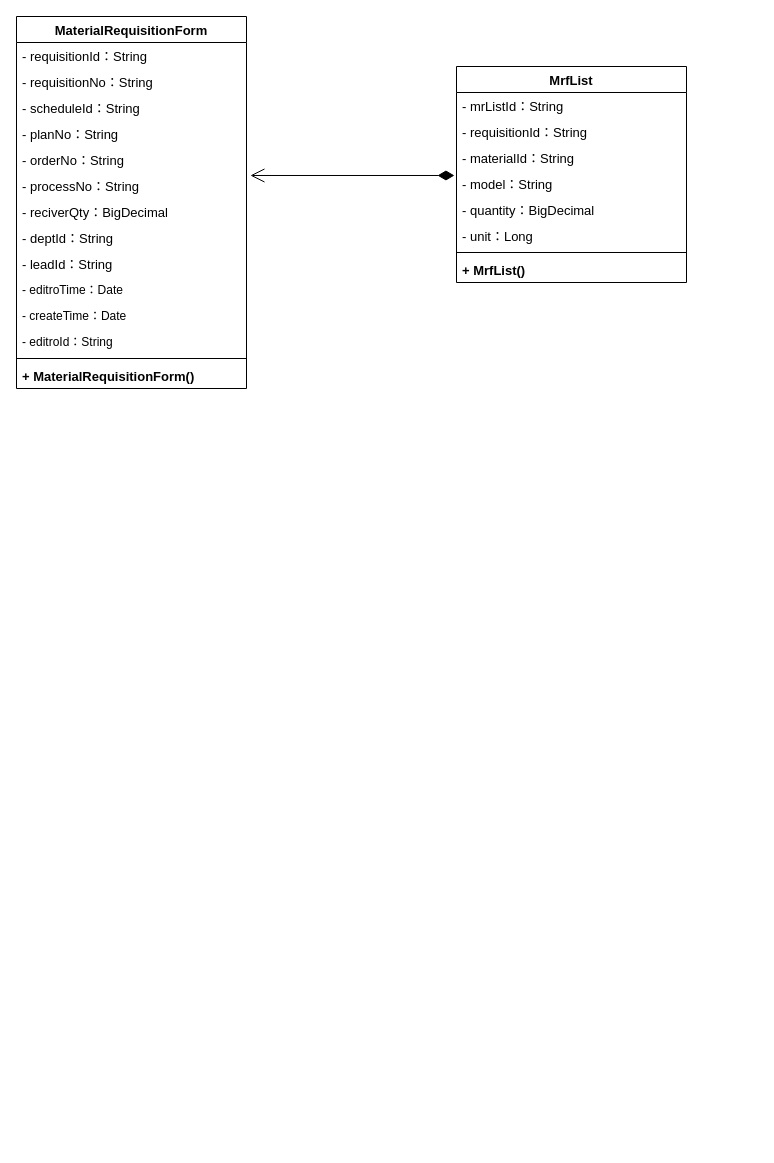
KNAI-I/test keeps this draw.io diagram as page "领料单" (3 of 4) of 类图.drawio. Above is the earlier version. Source tidied: cells renumbered, new cells numbered last; positions are measured from the earlier drawing's top-left corner, leaving out a move shared by most shapes. Both pictures are drawn from the tidied source at 100%, with x=0, y=0 at pixel (16, 16).
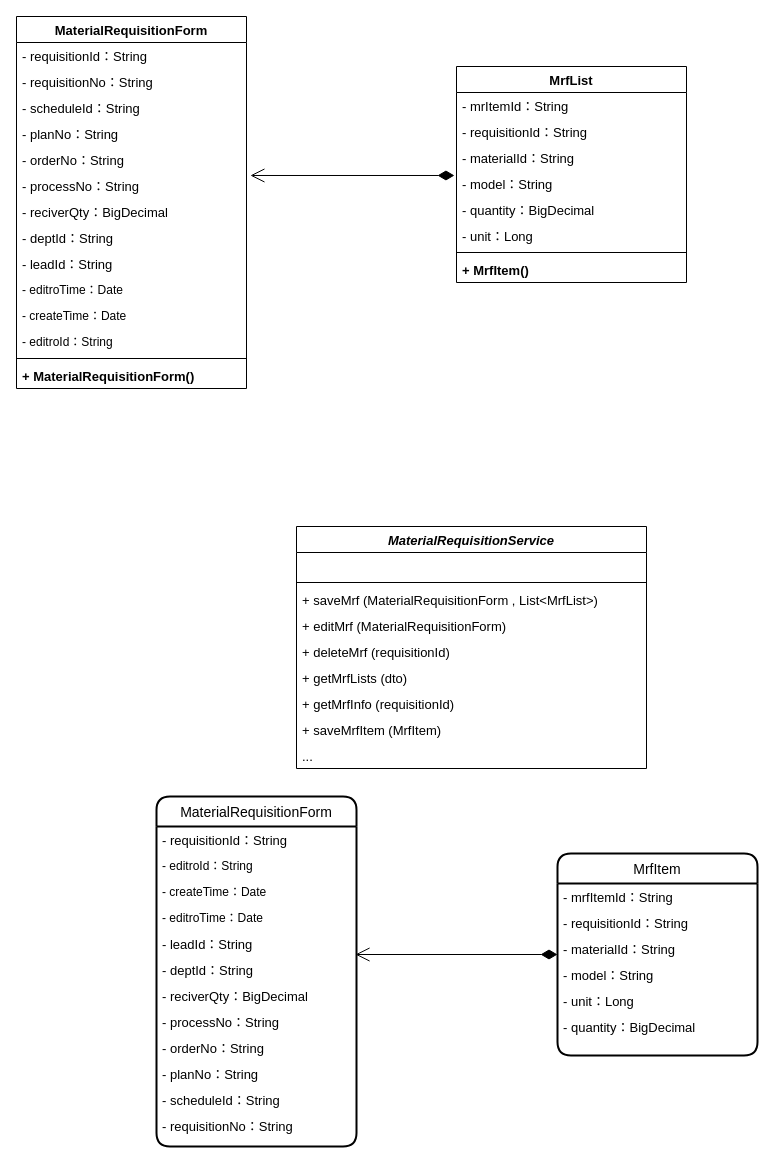
Above is the later version.

The change refers to these unchanged cells:
```xml
<mxCell id="17" value="MrfList" style="swimlane;fontStyle=1;align=center;verticalAlign=top;horizontal=1;startSize=26;fontSize=13;" parent="1" vertex="1">
  <mxGeometry x="440" y="50" width="230" height="216" as="geometry" />
</mxCell>
```

Change to the diagram source:
```diff
@@
-    <mxCell id="18" value="- mrListId：String" style="text;strokeColor=none;fillColor=none;align=left;verticalAlign=top;spacingLeft=4;spacingRight=4;overflow=hidden;fontSize=13;" parent="17" vertex="1">
+    <mxCell id="18" value="- mrItemId：String" style="text;strokeColor=none;fillColor=none;align=left;verticalAlign=top;spacingLeft=4;spacingRight=4;overflow=hidden;fontSize=13;" parent="17" vertex="1">
       <mxGeometry y="26" width="230" height="26" as="geometry" />
     </mxCell>
@@
-    <mxCell id="25" value="+ MrfList()" style="text;strokeColor=none;fillColor=none;align=left;verticalAlign=top;spacingLeft=4;spacingRight=4;overflow=hidden;fontSize=13;fontStyle=1;" parent="17" vertex="1">
+    <mxCell id="25" value="+ MrfItem()" style="text;strokeColor=none;fillColor=none;align=left;verticalAlign=top;spacingLeft=4;spacingRight=4;overflow=hidden;fontSize=13;fontStyle=1;" parent="17" vertex="1">
       <mxGeometry y="190" width="230" height="26" as="geometry" />
     </mxCell>
@@
+    <mxCell id="27" value="MaterialRequisitionForm" style="swimlane;horizontal=1;startSize=30;rounded=1;fontSize=14;fontStyle=0;strokeWidth=2;shadow=0;dashed=0;align=center;" parent="1" vertex="1">
+      <mxGeometry x="140" y="780" width="200" height="350" as="geometry" />
+    </mxCell>
+    <mxCell id="28" value="- requisitionId：String" style="text;strokeColor=none;fillColor=none;align=left;verticalAlign=top;spacingLeft=4;spacingRight=4;overflow=hidden;fontSize=13;" parent="27" vertex="1">
+      <mxGeometry y="30" width="200" height="26" as="geometry" />
+    </mxCell>
+    <mxCell id="29" value="- editroId：String" style="text;strokeColor=none;fillColor=none;align=left;verticalAlign=top;spacingLeft=4;spacingRight=4;overflow=hidden;" parent="27" vertex="1">
+      <mxGeometry y="56" width="200" height="26" as="geometry" />
+    </mxCell>
+    <mxCell id="30" value="- createTime：Date" style="text;strokeColor=none;fillColor=none;align=left;verticalAlign=top;spacingLeft=4;spacingRight=4;overflow=hidden;" parent="27" vertex="1">
+      <mxGeometry y="82" width="200" height="26" as="geometry" />
+    </mxCell>
+    <mxCell id="31" value="- editroTime：Date" style="text;strokeColor=none;fillColor=none;align=left;verticalAlign=top;spacingLeft=4;spacingRight=4;overflow=hidden;" parent="27" vertex="1">
+      <mxGeometry y="108" width="200" height="26" as="geometry" />
+    </mxCell>
+    <mxCell id="32" value="- leadId：String" style="text;strokeColor=none;fillColor=none;align=left;verticalAlign=top;spacingLeft=4;spacingRight=4;overflow=hidden;fontSize=13;" parent="27" vertex="1">
+      <mxGeometry y="134" width="200" height="26" as="geometry" />
+    </mxCell>
+    <mxCell id="33" value="- deptId：String" style="text;strokeColor=none;fillColor=none;align=left;verticalAlign=top;spacingLeft=4;spacingRight=4;overflow=hidden;points=[[0,0.5],[1,0.5]];portConstraint=eastwest;fontSize=13;" parent="27" vertex="1">
+      <mxGeometry y="160" width="200" height="26" as="geometry" />
+    </mxCell>
+    <mxCell id="34" value="- reciverQty：BigDecimal" style="text;strokeColor=none;fillColor=none;align=left;verticalAlign=top;spacingLeft=4;spacingRight=4;overflow=hidden;fontSize=13;" parent="27" vertex="1">
+      <mxGeometry y="186" width="200" height="26" as="geometry" />
+    </mxCell>
+    <mxCell id="35" value="- processNo：String" style="text;strokeColor=none;fillColor=none;align=left;verticalAlign=top;spacingLeft=4;spacingRight=4;overflow=hidden;fontSize=13;" parent="27" vertex="1">
+      <mxGeometry y="212" width="200" height="26" as="geometry" />
+    </mxCell>
+    <mxCell id="36" value="- orderNo：String" style="text;strokeColor=none;fillColor=none;align=left;verticalAlign=top;spacingLeft=4;spacingRight=4;overflow=hidden;fontSize=13;" parent="27" vertex="1">
+      <mxGeometry y="238" width="200" height="26" as="geometry" />
+    </mxCell>
+    <mxCell id="37" value="- planNo：String" style="text;strokeColor=none;fillColor=none;align=left;verticalAlign=top;spacingLeft=4;spacingRight=4;overflow=hidden;fontSize=13;" parent="27" vertex="1">
+      <mxGeometry y="264" width="200" height="26" as="geometry" />
+    </mxCell>
+    <mxCell id="38" value="- scheduleId：String" style="text;strokeColor=none;fillColor=none;align=left;verticalAlign=top;spacingLeft=4;spacingRight=4;overflow=hidden;fontSize=13;" parent="27" vertex="1">
+      <mxGeometry y="290" width="200" height="26" as="geometry" />
+    </mxCell>
+    <mxCell id="39" value="- requisitionNo：String" style="text;strokeColor=none;fillColor=none;align=left;verticalAlign=top;spacingLeft=4;spacingRight=4;overflow=hidden;fontSize=13;" parent="27" vertex="1">
+      <mxGeometry y="316" width="200" height="34" as="geometry" />
+    </mxCell>
+    <mxCell id="40" value="MrfItem" style="swimlane;horizontal=1;startSize=30;rounded=1;fontSize=14;fontStyle=0;strokeWidth=2;shadow=0;dashed=0;align=center;" parent="1" vertex="1">
+      <mxGeometry x="541" y="837" width="200" height="202" as="geometry" />
+    </mxCell>
+    <mxCell id="41" value="- mrfItemId：String" style="text;strokeColor=none;fillColor=none;align=left;verticalAlign=top;spacingLeft=4;spacingRight=4;overflow=hidden;fontSize=13;" parent="40" vertex="1">
+      <mxGeometry y="30" width="200" height="26" as="geometry" />
+    </mxCell>
+    <mxCell id="42" value="- requisitionId：String" style="text;strokeColor=none;fillColor=none;align=left;verticalAlign=top;spacingLeft=4;spacingRight=4;overflow=hidden;fontSize=13;" parent="40" vertex="1">
+      <mxGeometry y="56" width="200" height="26" as="geometry" />
+    </mxCell>
+    <mxCell id="43" value="- materialId：String" style="text;strokeColor=none;fillColor=none;align=left;verticalAlign=top;spacingLeft=4;spacingRight=4;overflow=hidden;fontSize=13;" parent="40" vertex="1">
+      <mxGeometry y="82" width="200" height="26" as="geometry" />
+    </mxCell>
+    <mxCell id="44" value="- model：String" style="text;strokeColor=none;fillColor=none;align=left;verticalAlign=top;spacingLeft=4;spacingRight=4;overflow=hidden;fontSize=13;" parent="40" vertex="1">
+      <mxGeometry y="108" width="200" height="26" as="geometry" />
+    </mxCell>
+    <mxCell id="45" value="- unit：Long" style="text;strokeColor=none;fillColor=none;align=left;verticalAlign=top;spacingLeft=4;spacingRight=4;overflow=hidden;fontSize=13;" parent="40" vertex="1">
+      <mxGeometry y="134" width="200" height="26" as="geometry" />
+    </mxCell>
+    <mxCell id="46" value="- quantity：BigDecimal" style="text;strokeColor=none;fillColor=none;align=left;verticalAlign=top;spacingLeft=4;spacingRight=4;overflow=hidden;fontSize=13;" parent="40" vertex="1">
+      <mxGeometry y="160" width="200" height="42" as="geometry" />
+    </mxCell>
+    <mxCell id="47" style="endArrow=open;html=1;endSize=12;startArrow=diamondThin;startSize=14;startFill=1;edgeStyle=orthogonalEdgeStyle;align=left;verticalAlign=bottom;rounded=0;fontSize=13;entryX=0.995;entryY=-0.077;entryDx=0;entryDy=0;entryPerimeter=0;exitX=0;exitY=0.5;exitDx=0;exitDy=0;" parent="1" edge="1" source="40" target="33">
+      <mxGeometry x="-0.73" relative="1" as="geometry" />
+    </mxCell>
+    <mxCell id="48" value="MaterialRequisitionService" style="swimlane;fontStyle=3;align=center;verticalAlign=top;horizontal=1;startSize=26;fontSize=13;" parent="1" vertex="1">
+      <mxGeometry x="280" y="510" width="350" height="242" as="geometry" />
+    </mxCell>
+    <mxCell id="49" value=" " style="text;strokeColor=none;fillColor=none;align=left;verticalAlign=top;spacingLeft=4;spacingRight=4;overflow=hidden;fontSize=13;" parent="48" vertex="1">
+      <mxGeometry y="26" width="350" height="26" as="geometry" />
+    </mxCell>
+    <mxCell id="50" style="line;strokeWidth=1;fillColor=none;align=left;verticalAlign=middle;spacingTop=-1;spacingLeft=3;spacingRight=3;labelPosition=right;fontSize=13;" parent="48" vertex="1">
+      <mxGeometry y="52" width="350" height="8" as="geometry" />
+    </mxCell>
+    <mxCell id="51" value="+ saveMrf (MaterialRequisitionForm , List&lt;MrfList&gt;)" style="text;strokeColor=none;fillColor=none;align=left;verticalAlign=top;spacingLeft=4;spacingRight=4;overflow=hidden;fontSize=13;" parent="48" vertex="1">
+      <mxGeometry y="60" width="350" height="26" as="geometry" />
+    </mxCell>
+    <mxCell id="52" value="+ editMrf (MaterialRequisitionForm)" style="text;strokeColor=none;fillColor=none;align=left;verticalAlign=top;spacingLeft=4;spacingRight=4;overflow=hidden;fontSize=13;" parent="48" vertex="1">
+      <mxGeometry y="86" width="350" height="26" as="geometry" />
+    </mxCell>
+    <mxCell id="53" value="+ deleteMrf (requisitionId)" style="text;strokeColor=none;fillColor=none;align=left;verticalAlign=top;spacingLeft=4;spacingRight=4;overflow=hidden;fontSize=13;" parent="48" vertex="1">
+      <mxGeometry y="112" width="350" height="26" as="geometry" />
+    </mxCell>
+    <mxCell id="54" value="+ getMrfLists (dto)" style="text;strokeColor=none;fillColor=none;align=left;verticalAlign=top;spacingLeft=4;spacingRight=4;overflow=hidden;fontSize=13;" parent="48" vertex="1">
+      <mxGeometry y="138" width="350" height="26" as="geometry" />
+    </mxCell>
+    <mxCell id="55" value="+ getMrfInfo (requisitionId)" style="text;strokeColor=none;fillColor=none;align=left;verticalAlign=top;spacingLeft=4;spacingRight=4;overflow=hidden;fontSize=13;" parent="48" vertex="1">
+      <mxGeometry y="164" width="350" height="26" as="geometry" />
+    </mxCell>
+    <mxCell id="56" value="+ saveMrfItem (MrfItem)" style="text;strokeColor=none;fillColor=none;align=left;verticalAlign=top;spacingLeft=4;spacingRight=4;overflow=hidden;fontSize=13;" parent="48" vertex="1">
+      <mxGeometry y="190" width="350" height="26" as="geometry" />
+    </mxCell>
+    <mxCell id="57" value="..." style="text;strokeColor=none;fillColor=none;align=left;verticalAlign=top;spacingLeft=4;spacingRight=4;overflow=hidden;fontSize=13;" parent="48" vertex="1">
+      <mxGeometry y="216" width="350" height="26" as="geometry" />
+    </mxCell>
```
